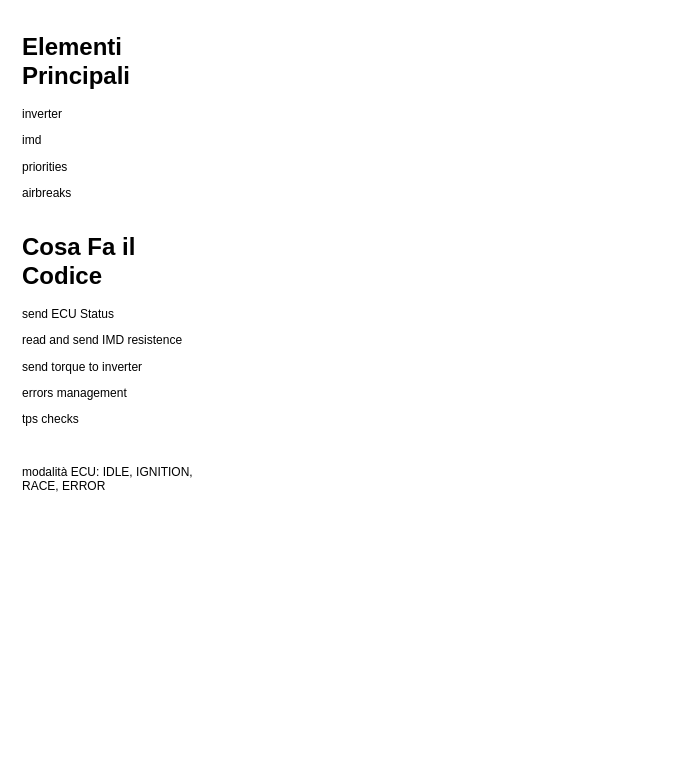
This is UML_ECU.drawio from chiarafranco12/PMF_UMLs, a draw.io file, before an edit. Source tidied: cells renumbered, new cells numbered last; positions are measured from the earlier drawing's top-left corner, leaving out a move shared by most shapes. Both pictures are drawn from the tidied source at 100%, with x=0, y=0 at pixel (17, 27).
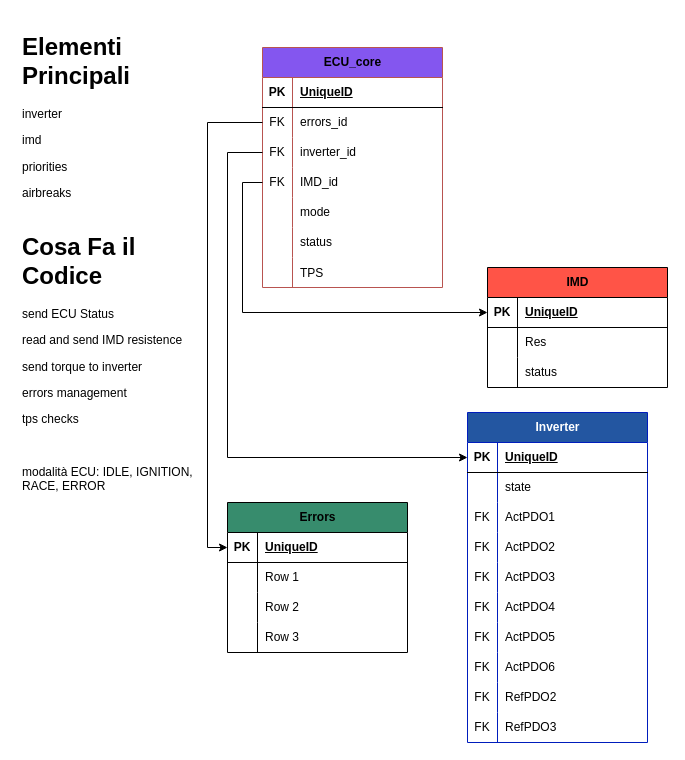
The same page after the edit.

Commit message:
Update UML_ECU.drawio. Added 'ECU_core', 'Errors', 'IMD' and 'Inverter' tables

The edit, as a diff of the source:
```diff
@@
+    <mxCell id="4" value="ECU_core" style="shape=table;startSize=30;childLayout=tableLayout;rowLines=0;fontStyle=1;align=center;html=1;fillColor=#8456EF;strokeColor=#b85450;swimlaneFillColor=default;" parent="1" vertex="1">
+      <mxGeometry x="245" y="20" width="180" height="240" as="geometry" />
+    </mxCell>
+    <mxCell id="5" style="shape=tableRow;horizontal=0;startSize=0;swimlaneHead=0;swimlaneBody=0;fillColor=none;top=0;left=0;right=0;bottom=1;" parent="4" vertex="1">
+      <mxGeometry y="30" width="180" height="30" as="geometry" />
+    </mxCell>
+    <mxCell id="6" value="PK" style="shape=partialRectangle;fillColor=none;top=0;left=0;bottom=0;right=0;fontStyle=1;overflow=hidden;whiteSpace=wrap;html=1;" parent="5" vertex="1">
+      <mxGeometry width="30" height="30" as="geometry" />
+    </mxCell>
+    <mxCell id="7" value="UniqueID" style="shape=partialRectangle;fillColor=none;top=0;left=0;bottom=0;right=0;align=left;spacingLeft=6;fontStyle=5;overflow=hidden;whiteSpace=wrap;html=1;" parent="5" vertex="1">
+      <mxGeometry x="30" width="150" height="30" as="geometry" />
+    </mxCell>
+    <mxCell id="8" style="shape=tableRow;horizontal=0;startSize=0;swimlaneHead=0;swimlaneBody=0;fillColor=none;points=[[0,0.5],[1,0.5]];portConstraint=eastwest;top=0;left=0;right=0;bottom=0;" parent="4" vertex="1">
+      <mxGeometry y="60" width="180" height="30" as="geometry" />
+    </mxCell>
+    <mxCell id="9" value="FK" style="shape=partialRectangle;fillColor=none;top=0;left=0;bottom=0;right=0;fontStyle=0;overflow=hidden;whiteSpace=wrap;html=1;" parent="8" vertex="1">
+      <mxGeometry width="30" height="30" as="geometry" />
+    </mxCell>
+    <mxCell id="10" value="errors_id" style="shape=partialRectangle;fillColor=none;top=0;left=0;bottom=0;right=0;align=left;spacingLeft=6;fontStyle=0;overflow=hidden;whiteSpace=wrap;html=1;" parent="8" vertex="1">
+      <mxGeometry x="30" width="150" height="30" as="geometry" />
+    </mxCell>
+    <mxCell id="11" style="shape=tableRow;horizontal=0;startSize=0;swimlaneHead=0;swimlaneBody=0;fillColor=none;points=[[0,0.5],[1,0.5]];portConstraint=eastwest;top=0;left=0;right=0;bottom=0;" parent="4" vertex="1">
+      <mxGeometry y="90" width="180" height="30" as="geometry" />
+    </mxCell>
+    <mxCell id="12" value="FK" style="shape=partialRectangle;fillColor=none;top=0;left=0;bottom=0;right=0;fontStyle=0;overflow=hidden;whiteSpace=wrap;html=1;" parent="11" vertex="1">
+      <mxGeometry width="30" height="30" as="geometry" />
+    </mxCell>
+    <mxCell id="13" value="inverter_id" style="shape=partialRectangle;fillColor=none;top=0;left=0;bottom=0;right=0;align=left;spacingLeft=6;fontStyle=0;overflow=hidden;whiteSpace=wrap;html=1;" parent="11" vertex="1">
+      <mxGeometry x="30" width="150" height="30" as="geometry" />
+    </mxCell>
+    <mxCell id="14" style="shape=tableRow;horizontal=0;startSize=0;swimlaneHead=0;swimlaneBody=0;fillColor=none;points=[[0,0.5],[1,0.5]];portConstraint=eastwest;top=0;left=0;right=0;bottom=0;" parent="4" vertex="1">
+      <mxGeometry y="120" width="180" height="30" as="geometry" />
+    </mxCell>
+    <mxCell id="15" value="FK" style="shape=partialRectangle;fillColor=none;top=0;left=0;bottom=0;right=0;fontStyle=0;overflow=hidden;whiteSpace=wrap;html=1;" parent="14" vertex="1">
+      <mxGeometry width="30" height="30" as="geometry" />
+    </mxCell>
+    <mxCell id="16" value="IMD_id" style="shape=partialRectangle;fillColor=none;top=0;left=0;bottom=0;right=0;align=left;spacingLeft=6;fontStyle=0;overflow=hidden;whiteSpace=wrap;html=1;" parent="14" vertex="1">
+      <mxGeometry x="30" width="150" height="30" as="geometry" />
+    </mxCell>
+    <mxCell id="17" style="shape=tableRow;horizontal=0;startSize=0;swimlaneHead=0;swimlaneBody=0;fillColor=none;top=0;left=0;right=0;bottom=0;" parent="4" vertex="1">
+      <mxGeometry y="150" width="180" height="30" as="geometry" />
+    </mxCell>
+    <mxCell id="18" style="shape=partialRectangle;fillColor=none;top=0;left=0;bottom=0;right=0;overflow=hidden;whiteSpace=wrap;html=1;" parent="17" vertex="1">
+      <mxGeometry width="30" height="30" as="geometry" />
+    </mxCell>
+    <mxCell id="19" value="mode" style="shape=partialRectangle;fillColor=none;top=0;left=0;bottom=0;right=0;align=left;spacingLeft=6;overflow=hidden;whiteSpace=wrap;html=1;" parent="17" vertex="1">
+      <mxGeometry x="30" width="150" height="30" as="geometry" />
+    </mxCell>
+    <mxCell id="20" style="shape=tableRow;horizontal=0;startSize=0;swimlaneHead=0;swimlaneBody=0;fillColor=none;top=0;left=0;right=0;bottom=0;" parent="4" vertex="1">
+      <mxGeometry y="180" width="180" height="30" as="geometry" />
+    </mxCell>
+    <mxCell id="21" style="shape=partialRectangle;fillColor=none;top=0;left=0;bottom=0;right=0;overflow=hidden;whiteSpace=wrap;html=1;" parent="20" vertex="1">
+      <mxGeometry width="30" height="30" as="geometry" />
+    </mxCell>
+    <mxCell id="22" value="status" style="shape=partialRectangle;fillColor=none;top=0;left=0;bottom=0;right=0;align=left;spacingLeft=6;overflow=hidden;whiteSpace=wrap;html=1;" parent="20" vertex="1">
+      <mxGeometry x="30" width="150" height="30" as="geometry" />
+    </mxCell>
+    <mxCell id="23" style="shape=tableRow;horizontal=0;startSize=0;swimlaneHead=0;swimlaneBody=0;fillColor=none;top=0;left=0;right=0;bottom=0;" parent="4" vertex="1">
+      <mxGeometry y="210" width="180" height="30" as="geometry" />
+    </mxCell>
+    <mxCell id="24" style="shape=partialRectangle;fillColor=none;top=0;left=0;bottom=0;right=0;overflow=hidden;" parent="23" vertex="1">
+      <mxGeometry width="30" height="30" as="geometry" />
+    </mxCell>
+    <mxCell id="25" value="TPS" style="shape=partialRectangle;fillColor=none;top=0;left=0;bottom=0;right=0;align=left;spacingLeft=6;overflow=hidden;" parent="23" vertex="1">
+      <mxGeometry x="30" width="150" height="30" as="geometry" />
+    </mxCell>
+    <mxCell id="26" value="Errors" style="shape=table;startSize=30;childLayout=tableLayout;rowLines=0;fontStyle=1;align=center;html=1;fillColor=#378C6D;swimlaneFillColor=default;gradientColor=none;" parent="1" vertex="1">
+      <mxGeometry x="210" y="475" width="180" height="150" as="geometry" />
+    </mxCell>
+    <mxCell id="27" style="shape=tableRow;horizontal=0;startSize=0;swimlaneHead=0;swimlaneBody=0;fillColor=none;points=[[0,0.5],[1,0.5]];portConstraint=eastwest;top=0;left=0;right=0;bottom=1;" parent="26" vertex="1">
+      <mxGeometry y="30" width="180" height="30" as="geometry" />
+    </mxCell>
+    <mxCell id="28" value="PK" style="shape=partialRectangle;fillColor=none;top=0;left=0;bottom=0;right=0;fontStyle=1;overflow=hidden;whiteSpace=wrap;html=1;" parent="27" vertex="1">
+      <mxGeometry width="30" height="30" as="geometry" />
+    </mxCell>
+    <mxCell id="29" value="UniqueID" style="shape=partialRectangle;fillColor=none;top=0;left=0;bottom=0;right=0;align=left;spacingLeft=6;fontStyle=5;overflow=hidden;whiteSpace=wrap;html=1;" parent="27" vertex="1">
+      <mxGeometry x="30" width="150" height="30" as="geometry" />
+    </mxCell>
+    <mxCell id="30" style="shape=tableRow;horizontal=0;startSize=0;swimlaneHead=0;swimlaneBody=0;fillColor=none;top=0;left=0;right=0;bottom=0;" parent="26" vertex="1">
+      <mxGeometry y="60" width="180" height="30" as="geometry" />
+    </mxCell>
+    <mxCell id="31" style="shape=partialRectangle;fillColor=none;top=0;left=0;bottom=0;right=0;overflow=hidden;whiteSpace=wrap;html=1;" parent="30" vertex="1">
+      <mxGeometry width="30" height="30" as="geometry" />
+    </mxCell>
+    <mxCell id="32" value="Row 1" style="shape=partialRectangle;fillColor=none;top=0;left=0;bottom=0;right=0;align=left;spacingLeft=6;overflow=hidden;whiteSpace=wrap;html=1;" parent="30" vertex="1">
+      <mxGeometry x="30" width="150" height="30" as="geometry" />
+    </mxCell>
+    <mxCell id="33" style="shape=tableRow;horizontal=0;startSize=0;swimlaneHead=0;swimlaneBody=0;fillColor=none;top=0;left=0;right=0;bottom=0;" parent="26" vertex="1">
+      <mxGeometry y="90" width="180" height="30" as="geometry" />
+    </mxCell>
+    <mxCell id="34" style="shape=partialRectangle;fillColor=none;top=0;left=0;bottom=0;right=0;overflow=hidden;whiteSpace=wrap;html=1;" parent="33" vertex="1">
+      <mxGeometry width="30" height="30" as="geometry" />
+    </mxCell>
+    <mxCell id="35" value="Row 2" style="shape=partialRectangle;fillColor=none;top=0;left=0;bottom=0;right=0;align=left;spacingLeft=6;overflow=hidden;whiteSpace=wrap;html=1;" parent="33" vertex="1">
+      <mxGeometry x="30" width="150" height="30" as="geometry" />
+    </mxCell>
+    <mxCell id="36" style="shape=tableRow;horizontal=0;startSize=0;swimlaneHead=0;swimlaneBody=0;fillColor=none;top=0;left=0;right=0;bottom=0;" parent="26" vertex="1">
+      <mxGeometry y="120" width="180" height="30" as="geometry" />
+    </mxCell>
+    <mxCell id="37" style="shape=partialRectangle;fillColor=none;top=0;left=0;bottom=0;right=0;overflow=hidden;whiteSpace=wrap;html=1;" parent="36" vertex="1">
+      <mxGeometry width="30" height="30" as="geometry" />
+    </mxCell>
+    <mxCell id="38" value="Row 3" style="shape=partialRectangle;fillColor=none;top=0;left=0;bottom=0;right=0;align=left;spacingLeft=6;overflow=hidden;whiteSpace=wrap;html=1;" parent="36" vertex="1">
+      <mxGeometry x="30" width="150" height="30" as="geometry" />
+    </mxCell>
+    <mxCell id="39" value="Inverter" style="shape=table;startSize=30;childLayout=tableLayout;rowLines=0;fontStyle=1;align=center;html=1;fillColor=#2356A1;fontColor=#ffffff;strokeColor=#001DBC;swimlaneFillColor=default;" parent="1" vertex="1">
+      <mxGeometry x="450" y="385" width="180" height="330" as="geometry" />
+    </mxCell>
+    <mxCell id="40" style="shape=tableRow;horizontal=0;startSize=0;swimlaneHead=0;swimlaneBody=0;fillColor=none;points=[[0,0.5],[1,0.5]];portConstraint=eastwest;top=0;left=0;right=0;bottom=1;" parent="39" vertex="1">
+      <mxGeometry y="30" width="180" height="30" as="geometry" />
+    </mxCell>
+    <mxCell id="41" value="PK" style="shape=partialRectangle;fillColor=none;top=0;left=0;bottom=0;right=0;fontStyle=1;overflow=hidden;whiteSpace=wrap;html=1;" parent="40" vertex="1">
+      <mxGeometry width="30" height="30" as="geometry" />
+    </mxCell>
+    <mxCell id="42" value="UniqueID" style="shape=partialRectangle;fillColor=none;top=0;left=0;bottom=0;right=0;align=left;spacingLeft=6;fontStyle=5;overflow=hidden;whiteSpace=wrap;html=1;" parent="40" vertex="1">
+      <mxGeometry x="30" width="150" height="30" as="geometry" />
+    </mxCell>
+    <mxCell id="43" style="shape=tableRow;horizontal=0;startSize=0;swimlaneHead=0;swimlaneBody=0;fillColor=none;top=0;left=0;right=0;bottom=0;" parent="39" vertex="1">
+      <mxGeometry y="60" width="180" height="30" as="geometry" />
+    </mxCell>
+    <mxCell id="44" style="shape=partialRectangle;fillColor=none;top=0;left=0;bottom=0;right=0;overflow=hidden;whiteSpace=wrap;html=1;" parent="43" vertex="1">
+      <mxGeometry width="30" height="30" as="geometry" />
+    </mxCell>
+    <mxCell id="45" value="state" style="shape=partialRectangle;fillColor=none;top=0;left=0;bottom=0;right=0;align=left;spacingLeft=6;overflow=hidden;whiteSpace=wrap;html=1;" parent="43" vertex="1">
+      <mxGeometry x="30" width="150" height="30" as="geometry" />
+    </mxCell>
+    <mxCell id="46" style="shape=tableRow;horizontal=0;startSize=0;swimlaneHead=0;swimlaneBody=0;fillColor=none;top=0;left=0;right=0;bottom=0;" parent="39" vertex="1">
+      <mxGeometry y="90" width="180" height="30" as="geometry" />
+    </mxCell>
+    <mxCell id="47" value="FK" style="shape=partialRectangle;fillColor=none;top=0;left=0;bottom=0;right=0;fontStyle=0;overflow=hidden;whiteSpace=wrap;html=1;" parent="46" vertex="1">
+      <mxGeometry width="30" height="30" as="geometry" />
+    </mxCell>
+    <mxCell id="48" value="ActPDO1" style="shape=partialRectangle;fillColor=none;top=0;left=0;bottom=0;right=0;align=left;spacingLeft=6;fontStyle=0;overflow=hidden;whiteSpace=wrap;html=1;" parent="46" vertex="1">
+      <mxGeometry x="30" width="150" height="30" as="geometry" />
+    </mxCell>
+    <mxCell id="49" style="shape=tableRow;horizontal=0;startSize=0;swimlaneHead=0;swimlaneBody=0;fillColor=none;top=0;left=0;right=0;bottom=0;" parent="39" vertex="1">
+      <mxGeometry y="120" width="180" height="30" as="geometry" />
+    </mxCell>
+    <mxCell id="50" value="FK" style="shape=partialRectangle;fillColor=none;top=0;left=0;bottom=0;right=0;fontStyle=0;overflow=hidden;whiteSpace=wrap;html=1;" parent="49" vertex="1">
+      <mxGeometry width="30" height="30" as="geometry" />
+    </mxCell>
+    <mxCell id="51" value="ActPDO2" style="shape=partialRectangle;fillColor=none;top=0;left=0;bottom=0;right=0;align=left;spacingLeft=6;fontStyle=0;overflow=hidden;whiteSpace=wrap;html=1;" parent="49" vertex="1">
+      <mxGeometry x="30" width="150" height="30" as="geometry" />
+    </mxCell>
+    <mxCell id="52" style="shape=tableRow;horizontal=0;startSize=0;swimlaneHead=0;swimlaneBody=0;fillColor=none;top=0;left=0;right=0;bottom=0;" parent="39" vertex="1">
+      <mxGeometry y="150" width="180" height="30" as="geometry" />
+    </mxCell>
+    <mxCell id="53" value="FK" style="shape=partialRectangle;fillColor=none;top=0;left=0;bottom=0;right=0;fontStyle=0;overflow=hidden;whiteSpace=wrap;html=1;" parent="52" vertex="1">
+      <mxGeometry width="30" height="30" as="geometry" />
+    </mxCell>
+    <mxCell id="54" value="ActPDO3" style="shape=partialRectangle;fillColor=none;top=0;left=0;bottom=0;right=0;align=left;spacingLeft=6;fontStyle=0;overflow=hidden;whiteSpace=wrap;html=1;" parent="52" vertex="1">
+      <mxGeometry x="30" width="150" height="30" as="geometry" />
+    </mxCell>
+    <mxCell id="55" style="shape=tableRow;horizontal=0;startSize=0;swimlaneHead=0;swimlaneBody=0;fillColor=none;top=0;left=0;right=0;bottom=0;" parent="39" vertex="1">
+      <mxGeometry y="180" width="180" height="30" as="geometry" />
+    </mxCell>
+    <mxCell id="56" value="FK" style="shape=partialRectangle;fillColor=none;top=0;left=0;bottom=0;right=0;fontStyle=0;overflow=hidden;whiteSpace=wrap;html=1;" parent="55" vertex="1">
+      <mxGeometry width="30" height="30" as="geometry" />
+    </mxCell>
+    <mxCell id="57" value="ActPDO4" style="shape=partialRectangle;fillColor=none;top=0;left=0;bottom=0;right=0;align=left;spacingLeft=6;fontStyle=0;overflow=hidden;whiteSpace=wrap;html=1;" parent="55" vertex="1">
+      <mxGeometry x="30" width="150" height="30" as="geometry" />
+    </mxCell>
+    <mxCell id="58" style="shape=tableRow;horizontal=0;startSize=0;swimlaneHead=0;swimlaneBody=0;fillColor=none;top=0;left=0;right=0;bottom=0;" parent="39" vertex="1">
+      <mxGeometry y="210" width="180" height="30" as="geometry" />
+    </mxCell>
+    <mxCell id="59" value="FK" style="shape=partialRectangle;fillColor=none;top=0;left=0;bottom=0;right=0;fontStyle=0;overflow=hidden;whiteSpace=wrap;html=1;" parent="58" vertex="1">
+      <mxGeometry width="30" height="30" as="geometry" />
+    </mxCell>
+    <mxCell id="60" value="ActPDO5" style="shape=partialRectangle;fillColor=none;top=0;left=0;bottom=0;right=0;align=left;spacingLeft=6;fontStyle=0;overflow=hidden;whiteSpace=wrap;html=1;" parent="58" vertex="1">
+      <mxGeometry x="30" width="150" height="30" as="geometry" />
+    </mxCell>
+    <mxCell id="61" style="shape=tableRow;horizontal=0;startSize=0;swimlaneHead=0;swimlaneBody=0;fillColor=none;top=0;left=0;right=0;bottom=0;" parent="39" vertex="1">
+      <mxGeometry y="240" width="180" height="30" as="geometry" />
+    </mxCell>
+    <mxCell id="62" value="FK" style="shape=partialRectangle;fillColor=none;top=0;left=0;bottom=0;right=0;fontStyle=0;overflow=hidden;whiteSpace=wrap;html=1;" parent="61" vertex="1">
+      <mxGeometry width="30" height="30" as="geometry" />
+    </mxCell>
+    <mxCell id="63" value="ActPDO6" style="shape=partialRectangle;fillColor=none;top=0;left=0;bottom=0;right=0;align=left;spacingLeft=6;fontStyle=0;overflow=hidden;whiteSpace=wrap;html=1;" parent="61" vertex="1">
+      <mxGeometry x="30" width="150" height="30" as="geometry" />
+    </mxCell>
+    <mxCell id="64" style="shape=tableRow;horizontal=0;startSize=0;swimlaneHead=0;swimlaneBody=0;fillColor=none;top=0;left=0;right=0;bottom=0;" parent="39" vertex="1">
+      <mxGeometry y="270" width="180" height="30" as="geometry" />
+    </mxCell>
+    <mxCell id="65" value="FK" style="shape=partialRectangle;fillColor=none;top=0;left=0;bottom=0;right=0;fontStyle=0;overflow=hidden;whiteSpace=wrap;html=1;" parent="64" vertex="1">
+      <mxGeometry width="30" height="30" as="geometry" />
+    </mxCell>
+    <mxCell id="66" value="RefPDO2" style="shape=partialRectangle;fillColor=none;top=0;left=0;bottom=0;right=0;align=left;spacingLeft=6;fontStyle=0;overflow=hidden;whiteSpace=wrap;html=1;" parent="64" vertex="1">
+      <mxGeometry x="30" width="150" height="30" as="geometry" />
+    </mxCell>
+    <mxCell id="67" style="shape=tableRow;horizontal=0;startSize=0;swimlaneHead=0;swimlaneBody=0;fillColor=none;top=0;left=0;right=0;bottom=0;" parent="39" vertex="1">
+      <mxGeometry y="300" width="180" height="30" as="geometry" />
+    </mxCell>
+    <mxCell id="68" value="FK" style="shape=partialRectangle;fillColor=none;top=0;left=0;bottom=0;right=0;fontStyle=0;overflow=hidden;whiteSpace=wrap;html=1;" parent="67" vertex="1">
+      <mxGeometry width="30" height="30" as="geometry" />
+    </mxCell>
+    <mxCell id="69" value="RefPDO3" style="shape=partialRectangle;fillColor=none;top=0;left=0;bottom=0;right=0;align=left;spacingLeft=6;fontStyle=0;overflow=hidden;whiteSpace=wrap;html=1;" parent="67" vertex="1">
+      <mxGeometry x="30" width="150" height="30" as="geometry" />
+    </mxCell>
+    <mxCell id="70" style="edgeStyle=orthogonalEdgeStyle;rounded=0;jettySize=auto;html=1;exitX=0;exitY=0.5;exitDx=0;exitDy=0;entryX=0;entryY=0.5;entryDx=0;entryDy=0;" parent="1" edge="1" source="8" target="27">
+      <mxGeometry relative="1" as="geometry" />
+    </mxCell>
+    <mxCell id="71" style="edgeStyle=orthogonalEdgeStyle;rounded=0;jettySize=auto;html=1;exitX=0;exitY=0.5;exitDx=0;exitDy=0;entryX=0;entryY=0.5;entryDx=0;entryDy=0;" parent="1" edge="1" source="11" target="40">
+      <mxGeometry relative="1" as="geometry">
+        <Array as="points">
+          <mxPoint x="210" y="125" />
+          <mxPoint x="210" y="430" />
+        </Array>
+      </mxGeometry>
+    </mxCell>
+    <mxCell id="72" value="IMD" style="shape=table;startSize=30;childLayout=tableLayout;rowLines=0;fontStyle=1;align=center;html=1;swimlaneFillColor=default;fillColor=#FF5447;" parent="1" vertex="1">
+      <mxGeometry x="470" y="240" width="180" height="120" as="geometry" />
+    </mxCell>
+    <mxCell id="73" style="shape=tableRow;horizontal=0;startSize=0;swimlaneHead=0;swimlaneBody=0;fillColor=none;points=[[0,0.5],[1,0.5]];portConstraint=eastwest;top=0;left=0;right=0;bottom=1;" parent="72" vertex="1">
+      <mxGeometry y="30" width="180" height="30" as="geometry" />
+    </mxCell>
+    <mxCell id="74" value="PK" style="shape=partialRectangle;fillColor=none;top=0;left=0;bottom=0;right=0;fontStyle=1;overflow=hidden;whiteSpace=wrap;html=1;" parent="73" vertex="1">
+      <mxGeometry width="30" height="30" as="geometry" />
+    </mxCell>
+    <mxCell id="75" value="UniqueID" style="shape=partialRectangle;fillColor=none;top=0;left=0;bottom=0;right=0;align=left;spacingLeft=6;fontStyle=5;overflow=hidden;whiteSpace=wrap;html=1;" parent="73" vertex="1">
+      <mxGeometry x="30" width="150" height="30" as="geometry" />
+    </mxCell>
+    <mxCell id="76" style="shape=tableRow;horizontal=0;startSize=0;swimlaneHead=0;swimlaneBody=0;fillColor=none;top=0;left=0;right=0;bottom=0;" parent="72" vertex="1">
+      <mxGeometry y="60" width="180" height="30" as="geometry" />
+    </mxCell>
+    <mxCell id="77" style="shape=partialRectangle;fillColor=none;top=0;left=0;bottom=0;right=0;overflow=hidden;whiteSpace=wrap;html=1;" parent="76" vertex="1">
+      <mxGeometry width="30" height="30" as="geometry" />
+    </mxCell>
+    <mxCell id="78" value="Res" style="shape=partialRectangle;fillColor=none;top=0;left=0;bottom=0;right=0;align=left;spacingLeft=6;overflow=hidden;whiteSpace=wrap;html=1;" parent="76" vertex="1">
+      <mxGeometry x="30" width="150" height="30" as="geometry" />
+    </mxCell>
+    <mxCell id="79" style="shape=tableRow;horizontal=0;startSize=0;swimlaneHead=0;swimlaneBody=0;fillColor=none;top=0;left=0;right=0;bottom=0;" parent="72" vertex="1">
+      <mxGeometry y="90" width="180" height="30" as="geometry" />
+    </mxCell>
+    <mxCell id="80" style="shape=partialRectangle;fillColor=none;top=0;left=0;bottom=0;right=0;overflow=hidden;whiteSpace=wrap;html=1;" parent="79" vertex="1">
+      <mxGeometry width="30" height="30" as="geometry" />
+    </mxCell>
+    <mxCell id="81" value="status" style="shape=partialRectangle;fillColor=none;top=0;left=0;bottom=0;right=0;align=left;spacingLeft=6;overflow=hidden;whiteSpace=wrap;html=1;" parent="79" vertex="1">
+      <mxGeometry x="30" width="150" height="30" as="geometry" />
+    </mxCell>
+    <mxCell id="82" style="edgeStyle=orthogonalEdgeStyle;rounded=0;jettySize=auto;html=1;exitX=0;exitY=0.5;exitDx=0;exitDy=0;entryX=0;entryY=0.5;entryDx=0;entryDy=0;" parent="1" edge="1" source="14" target="73">
+      <mxGeometry relative="1" as="geometry">
+        <Array as="points">
+          <mxPoint x="225" y="155" />
+          <mxPoint x="225" y="285" />
+        </Array>
+      </mxGeometry>
+    </mxCell>
```
